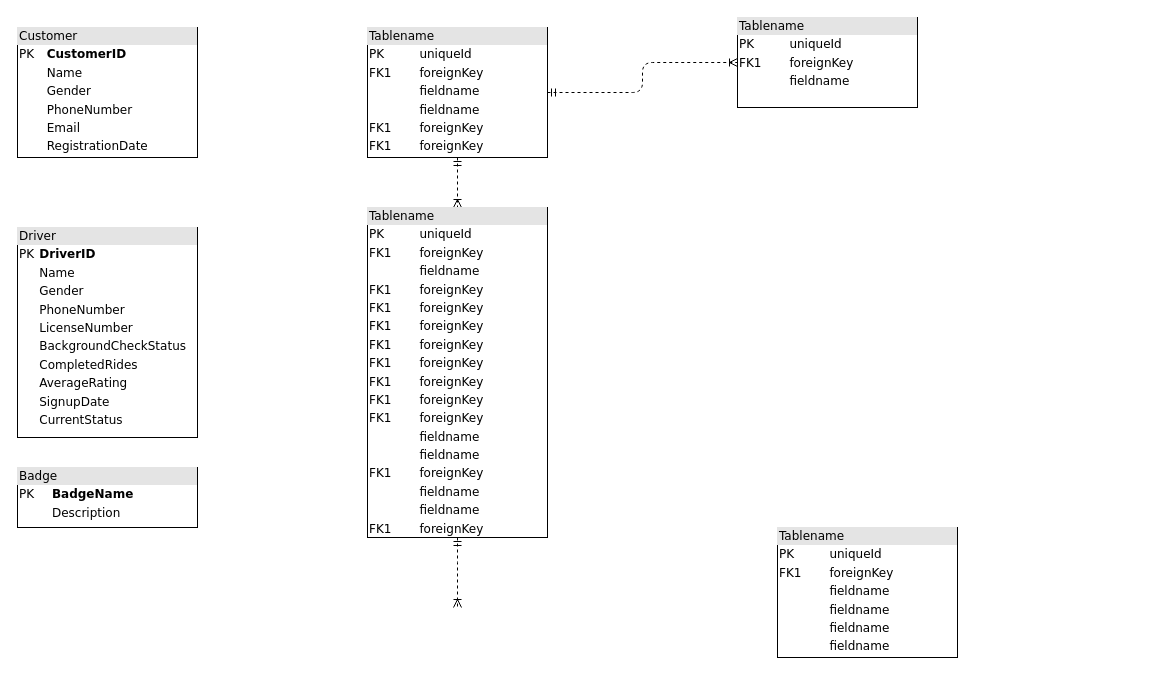
Earlier version of the draw.io diagram ddm.drawio (nummy/blog). Source tidied: cells renumbered, new cells numbered last; positions are measured from the earlier drawing's top-left corner, leaving out a move shared by most shapes. Both pictures are drawn from the tidied source at 100%, with x=0, y=0 at pixel (17, 17).
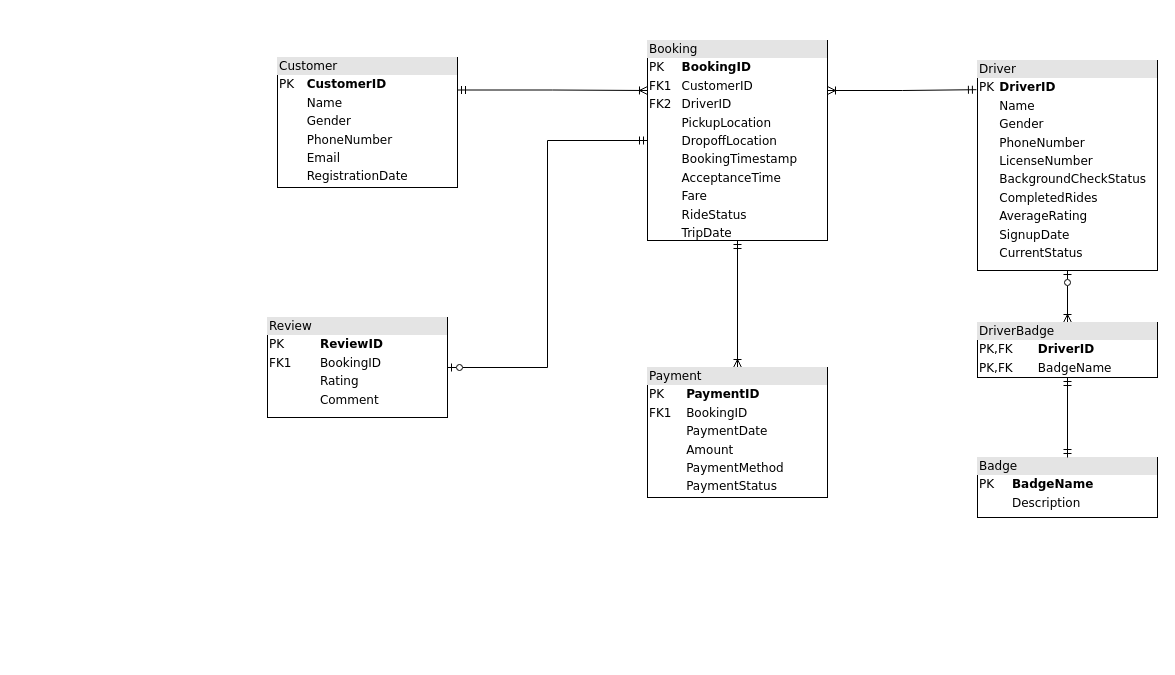
The same page after the edit.

Change to the diagram source:
```diff
@@
 <mxGraphModel>
   <root>
     <mxCell id="0" />
     <mxCell id="1" parent="0" />
+    <mxCell id="12" style="edgeStyle=orthogonalEdgeStyle;rounded=0;jettySize=auto;html=1;exitX=1;exitY=0.25;exitDx=0;exitDy=0;entryX=0;entryY=0.25;entryDx=0;entryDy=0;startArrow=ERmandOne;startFill=0;endArrow=ERoneToMany;endFill=0;" parent="1" edge="1" source="2" target="16">
+      <mxGeometry relative="1" as="geometry" />
+    </mxCell>
     <mxCell id="2" value="&lt;div style=&quot;box-sizing: border-box; width: 100%; background: rgb(228, 228, 228); padding: 2px;&quot;&gt;Customer&lt;/div&gt;&lt;table style=&quot;width:100%;font-size:1em;&quot; cellpadding=&quot;2&quot; cellspacing=&quot;0&quot;&gt;&lt;tbody&gt;&lt;tr&gt;&lt;td&gt;PK&lt;/td&gt;&lt;td&gt;&lt;strong&gt;CustomerID&lt;/strong&gt;&lt;/td&gt;&lt;/tr&gt;&lt;tr&gt;&lt;td&gt;&lt;br&gt;&lt;/td&gt;&lt;td&gt;Name&lt;/td&gt;&lt;/tr&gt;&lt;tr&gt;&lt;td&gt;&lt;/td&gt;&lt;td&gt;Gender&lt;/td&gt;&lt;/tr&gt;&lt;tr&gt;&lt;td&gt;&lt;br&gt;&lt;/td&gt;&lt;td&gt;PhoneNumber&lt;/td&gt;&lt;/tr&gt;&lt;tr&gt;&lt;td&gt;&lt;br&gt;&lt;/td&gt;&lt;td&gt;Email&lt;/td&gt;&lt;/tr&gt;&lt;tr&gt;&lt;td&gt;&lt;br&gt;&lt;/td&gt;&lt;td&gt;RegistrationDate&lt;/td&gt;&lt;/tr&gt;&lt;/tbody&gt;&lt;/table&gt;" style="verticalAlign=top;align=left;overflow=fill;html=1;rounded=0;shadow=0;comic=0;labelBackgroundColor=none;strokeWidth=1;fontFamily=Verdana;fontSize=12;" parent="1" vertex="1">
-      <mxGeometry y="10" width="180" height="130" as="geometry" />
+      <mxGeometry x="260" y="40" width="180" height="130" as="geometry" />
     </mxCell>
-    <mxCell id="3" style="edgeStyle=orthogonalEdgeStyle;html=1;entryX=0.5;entryY=0;dashed=1;labelBackgroundColor=none;startArrow=ERmandOne;endArrow=ERoneToMany;fontFamily=Verdana;fontSize=12;align=left;" parent="1" edge="1" source="5" target="9">
-      <mxGeometry relative="1" as="geometry" />
-    </mxCell>
-    <mxCell id="4" style="edgeStyle=orthogonalEdgeStyle;html=1;dashed=1;labelBackgroundColor=none;startArrow=ERmandOne;endArrow=ERoneToMany;fontFamily=Verdana;fontSize=12;align=left;" parent="1" edge="1" source="5" target="10">
-      <mxGeometry relative="1" as="geometry" />
-    </mxCell>
-    <mxCell id="5" value="&lt;div style=&quot;box-sizing: border-box ; width: 100% ; background: #e4e4e4 ; padding: 2px&quot;&gt;Tablename&lt;/div&gt;&lt;table style=&quot;width: 100% ; font-size: 1em&quot; cellpadding=&quot;2&quot; cellspacing=&quot;0&quot;&gt;&lt;tbody&gt;&lt;tr&gt;&lt;td&gt;PK&lt;/td&gt;&lt;td&gt;uniqueId&lt;/td&gt;&lt;/tr&gt;&lt;tr&gt;&lt;td&gt;FK1&lt;/td&gt;&lt;td&gt;foreignKey&lt;/td&gt;&lt;/tr&gt;&lt;tr&gt;&lt;td&gt;&lt;/td&gt;&lt;td&gt;fieldname&lt;/td&gt;&lt;/tr&gt;&lt;tr&gt;&lt;td&gt;&lt;br&gt;&lt;/td&gt;&lt;td&gt;fieldname&lt;br&gt;&lt;/td&gt;&lt;/tr&gt;&lt;tr&gt;&lt;td&gt;FK1&lt;br&gt;&lt;/td&gt;&lt;td&gt;foreignKey&lt;br&gt;&lt;/td&gt;&lt;/tr&gt;&lt;tr&gt;&lt;td&gt;FK1&lt;br&gt;&lt;/td&gt;&lt;td&gt;foreignKey&lt;br&gt;&lt;/td&gt;&lt;/tr&gt;&lt;/tbody&gt;&lt;/table&gt;" style="verticalAlign=top;align=left;overflow=fill;html=1;rounded=0;shadow=0;comic=0;labelBackgroundColor=none;strokeWidth=1;fontFamily=Verdana;fontSize=12;" parent="1" vertex="1">
-      <mxGeometry x="350" y="10" width="180" height="130" as="geometry" />
-    </mxCell>
     <mxCell id="6" value="&lt;div style=&quot;box-sizing: border-box; width: 100%; background: rgb(228, 228, 228); padding: 2px;&quot;&gt;Badge&lt;/div&gt;&lt;table style=&quot;width: 100% ; font-size: 1em&quot; cellpadding=&quot;2&quot; cellspacing=&quot;0&quot;&gt;&lt;tbody&gt;&lt;tr&gt;&lt;td&gt;PK&lt;/td&gt;&lt;td&gt;&lt;strong&gt;BadgeName&lt;/strong&gt;&lt;/td&gt;&lt;/tr&gt;&lt;tr&gt;&lt;td&gt;&lt;br&gt;&lt;/td&gt;&lt;td&gt;Description&lt;/td&gt;&lt;/tr&gt;&lt;/tbody&gt;&lt;/table&gt;" style="verticalAlign=top;align=left;overflow=fill;html=1;rounded=0;shadow=0;comic=0;labelBackgroundColor=none;strokeWidth=1;fontFamily=Verdana;fontSize=12;" parent="1" vertex="1">
-      <mxGeometry y="450" width="180" height="60" as="geometry" />
+      <mxGeometry x="960" y="440" width="180" height="60" as="geometry" />
     </mxCell>
+    <mxCell id="13" style="edgeStyle=orthogonalEdgeStyle;rounded=0;jettySize=auto;html=1;exitX=0.5;exitY=1;exitDx=0;exitDy=0;entryX=0.5;entryY=0;entryDx=0;entryDy=0;startArrow=ERzeroToOne;startFill=0;endArrow=ERoneToMany;endFill=0;" parent="1" edge="1" source="7" target="20">
+      <mxGeometry relative="1" as="geometry" />
+    </mxCell>
     <mxCell id="7" value="&lt;div style=&quot;box-sizing: border-box; width: 100%; background: rgb(228, 228, 228); padding: 2px;&quot;&gt;Driver&lt;/div&gt;&lt;table style=&quot;width: 100% ; font-size: 1em&quot; cellpadding=&quot;2&quot; cellspacing=&quot;0&quot;&gt;&lt;tbody&gt;&lt;tr&gt;&lt;td&gt;PK&lt;/td&gt;&lt;td&gt;&lt;strong&gt;DriverID&lt;/strong&gt;&lt;/td&gt;&lt;/tr&gt;&lt;tr&gt;&lt;td&gt;&lt;br&gt;&lt;/td&gt;&lt;td&gt;Name&lt;/td&gt;&lt;/tr&gt;&lt;tr&gt;&lt;td&gt;&lt;/td&gt;&lt;td&gt;Gender&lt;/td&gt;&lt;/tr&gt;&lt;tr&gt;&lt;td&gt;&lt;br&gt;&lt;/td&gt;&lt;td&gt;PhoneNumber&lt;br&gt;&lt;/td&gt;&lt;/tr&gt;&lt;tr&gt;&lt;td&gt;&lt;br&gt;&lt;/td&gt;&lt;td&gt;LicenseNumber&lt;/td&gt;&lt;/tr&gt;&lt;tr&gt;&lt;td&gt;&lt;br&gt;&lt;/td&gt;&lt;td&gt;BackgroundCheckStatus&lt;/td&gt;&lt;/tr&gt;&lt;tr&gt;&lt;td&gt;&lt;br&gt;&lt;/td&gt;&lt;td&gt;CompletedRides&lt;/td&gt;&lt;/tr&gt;&lt;tr&gt;&lt;td&gt;&lt;br&gt;&lt;/td&gt;&lt;td&gt;AverageRating&lt;/td&gt;&lt;/tr&gt;&lt;tr&gt;&lt;td&gt;&lt;br&gt;&lt;/td&gt;&lt;td&gt;SignupDate&lt;/td&gt;&lt;/tr&gt;&lt;tr&gt;&lt;td&gt;&lt;br&gt;&lt;/td&gt;&lt;td&gt;CurrentStatus&lt;/td&gt;&lt;/tr&gt;&lt;/tbody&gt;&lt;/table&gt;" style="verticalAlign=top;align=left;overflow=fill;html=1;rounded=0;shadow=0;comic=0;labelBackgroundColor=none;strokeWidth=1;fontFamily=Verdana;fontSize=12;" parent="1" vertex="1">
-      <mxGeometry y="210" width="180" height="210" as="geometry" />
+      <mxGeometry x="960" y="43" width="180" height="210" as="geometry" />
     </mxCell>
-    <mxCell id="8" style="edgeStyle=orthogonalEdgeStyle;html=1;entryX=0.5;entryY=0;labelBackgroundColor=none;startArrow=ERmandOne;endArrow=ERoneToMany;fontFamily=Verdana;fontSize=12;align=left;dashed=1;" parent="1" edge="1" source="9">
-      <mxGeometry relative="1" as="geometry">
-        <mxPoint x="440" y="590" as="targetPoint" />
-      </mxGeometry>
-    </mxCell>
-    <mxCell id="9" value="&lt;div style=&quot;box-sizing: border-box ; width: 100% ; background: #e4e4e4 ; padding: 2px&quot;&gt;Tablename&lt;/div&gt;&lt;table style=&quot;width: 100% ; font-size: 1em&quot; cellpadding=&quot;2&quot; cellspacing=&quot;0&quot;&gt;&lt;tbody&gt;&lt;tr&gt;&lt;td&gt;PK&lt;/td&gt;&lt;td&gt;uniqueId&lt;/td&gt;&lt;/tr&gt;&lt;tr&gt;&lt;td&gt;FK1&lt;/td&gt;&lt;td&gt;foreignKey&lt;/td&gt;&lt;/tr&gt;&lt;tr&gt;&lt;td&gt;&lt;/td&gt;&lt;td&gt;fieldname&lt;/td&gt;&lt;/tr&gt;&lt;tr&gt;&lt;td&gt;FK1&lt;br&gt;&lt;/td&gt;&lt;td&gt;foreignKey&lt;br&gt;&lt;/td&gt;&lt;/tr&gt;&lt;tr&gt;&lt;td&gt;FK1&lt;br&gt;&lt;/td&gt;&lt;td&gt;foreignKey&lt;br&gt;&lt;/td&gt;&lt;/tr&gt;&lt;tr&gt;&lt;td&gt;FK1&lt;br&gt;&lt;/td&gt;&lt;td&gt;foreignKey&lt;br&gt;&lt;/td&gt;&lt;/tr&gt;&lt;tr&gt;&lt;td&gt;FK1&lt;br&gt;&lt;/td&gt;&lt;td&gt;foreignKey&lt;br&gt;&lt;/td&gt;&lt;/tr&gt;&lt;tr&gt;&lt;td&gt;FK1&lt;br&gt;&lt;/td&gt;&lt;td&gt;foreignKey&lt;br&gt;&lt;/td&gt;&lt;/tr&gt;&lt;tr&gt;&lt;td&gt;FK1&lt;br&gt;&lt;/td&gt;&lt;td&gt;foreignKey&lt;br&gt;&lt;/td&gt;&lt;/tr&gt;&lt;tr&gt;&lt;td&gt;FK1&lt;br&gt;&lt;/td&gt;&lt;td&gt;foreignKey&lt;br&gt;&lt;/td&gt;&lt;/tr&gt;&lt;tr&gt;&lt;td&gt;FK1&lt;br&gt;&lt;/td&gt;&lt;td&gt;foreignKey&lt;br&gt;&lt;/td&gt;&lt;/tr&gt;&lt;tr&gt;&lt;td&gt;&lt;br&gt;&lt;/td&gt;&lt;td&gt;fieldname&lt;br&gt;&lt;/td&gt;&lt;/tr&gt;&lt;tr&gt;&lt;td&gt;&lt;br&gt;&lt;/td&gt;&lt;td&gt;fieldname&lt;br&gt;&lt;/td&gt;&lt;/tr&gt;&lt;tr&gt;&lt;td&gt;FK1&lt;br&gt;&lt;/td&gt;&lt;td&gt;foreignKey&lt;br&gt;&lt;/td&gt;&lt;/tr&gt;&lt;tr&gt;&lt;td&gt;&lt;br&gt;&lt;/td&gt;&lt;td&gt;fieldname&lt;br&gt;&lt;/td&gt;&lt;/tr&gt;&lt;tr&gt;&lt;td&gt;&lt;br&gt;&lt;/td&gt;&lt;td&gt;fieldname&lt;br&gt;&lt;/td&gt;&lt;/tr&gt;&lt;tr&gt;&lt;td&gt;FK1&lt;br&gt;&lt;/td&gt;&lt;td&gt;foreignKey&lt;br&gt;&lt;/td&gt;&lt;/tr&gt;&lt;/tbody&gt;&lt;/table&gt;" style="verticalAlign=top;align=left;overflow=fill;html=1;rounded=0;shadow=0;comic=0;labelBackgroundColor=none;strokeWidth=1;fontFamily=Verdana;fontSize=12;" parent="1" vertex="1">
-      <mxGeometry x="350" y="190" width="180" height="330" as="geometry" />
-    </mxCell>
-    <mxCell id="10" value="&lt;div style=&quot;box-sizing:border-box;width:100%;background:#e4e4e4;padding:2px;&quot;&gt;Tablename&lt;/div&gt;&lt;table style=&quot;width:100%;font-size:1em;&quot; cellpadding=&quot;2&quot; cellspacing=&quot;0&quot;&gt;&lt;tr&gt;&lt;td&gt;PK&lt;/td&gt;&lt;td&gt;uniqueId&lt;/td&gt;&lt;/tr&gt;&lt;tr&gt;&lt;td&gt;FK1&lt;/td&gt;&lt;td&gt;foreignKey&lt;/td&gt;&lt;/tr&gt;&lt;tr&gt;&lt;td&gt;&lt;/td&gt;&lt;td&gt;fieldname&lt;/td&gt;&lt;/tr&gt;&lt;/table&gt;" style="verticalAlign=top;align=left;overflow=fill;html=1;rounded=0;shadow=0;comic=0;labelBackgroundColor=none;strokeWidth=1;fontFamily=Verdana;fontSize=12;" parent="1" vertex="1">
-      <mxGeometry x="720" width="180" height="90" as="geometry" />
-    </mxCell>
-    <mxCell id="11" value="&lt;div style=&quot;box-sizing: border-box ; width: 100% ; background: #e4e4e4 ; padding: 2px&quot;&gt;Tablename&lt;/div&gt;&lt;table style=&quot;width: 100% ; font-size: 1em&quot; cellpadding=&quot;2&quot; cellspacing=&quot;0&quot;&gt;&lt;tbody&gt;&lt;tr&gt;&lt;td&gt;PK&lt;/td&gt;&lt;td&gt;uniqueId&lt;/td&gt;&lt;/tr&gt;&lt;tr&gt;&lt;td&gt;FK1&lt;/td&gt;&lt;td&gt;foreignKey&lt;/td&gt;&lt;/tr&gt;&lt;tr&gt;&lt;td&gt;&lt;/td&gt;&lt;td&gt;fieldname&lt;/td&gt;&lt;/tr&gt;&lt;tr&gt;&lt;td&gt;&lt;br&gt;&lt;/td&gt;&lt;td&gt;fieldname&lt;br&gt;&lt;/td&gt;&lt;/tr&gt;&lt;tr&gt;&lt;td&gt;&lt;br&gt;&lt;/td&gt;&lt;td&gt;fieldname&lt;br&gt;&lt;/td&gt;&lt;/tr&gt;&lt;tr&gt;&lt;td&gt;&lt;br&gt;&lt;/td&gt;&lt;td&gt;fieldname&lt;br&gt;&lt;/td&gt;&lt;/tr&gt;&lt;/tbody&gt;&lt;/table&gt;" style="verticalAlign=top;align=left;overflow=fill;html=1;rounded=0;shadow=0;comic=0;labelBackgroundColor=none;strokeWidth=1;fontFamily=Verdana;fontSize=12;" parent="1" vertex="1">
-      <mxGeometry x="760" y="510" width="180" height="130" as="geometry" />
+    <mxCell id="11" value="&lt;div style=&quot;box-sizing: border-box; width: 100%; background: rgb(228, 228, 228); padding: 2px;&quot;&gt;Review&lt;/div&gt;&lt;table style=&quot;width: 100% ; font-size: 1em&quot; cellpadding=&quot;2&quot; cellspacing=&quot;0&quot;&gt;&lt;tbody&gt;&lt;tr&gt;&lt;td&gt;PK&lt;/td&gt;&lt;td&gt;&lt;strong&gt;ReviewID&lt;/strong&gt;&lt;/td&gt;&lt;/tr&gt;&lt;tr&gt;&lt;td&gt;FK1&lt;/td&gt;&lt;td&gt;BookingID &lt;/td&gt;&lt;/tr&gt;&lt;tr&gt;&lt;td&gt;&lt;/td&gt;&lt;td&gt;Rating &lt;/td&gt;&lt;/tr&gt;&lt;tr&gt;&lt;td&gt;&lt;br&gt;&lt;/td&gt;&lt;td&gt;Comment &lt;br&gt;&lt;/td&gt;&lt;/tr&gt;&lt;/tbody&gt;&lt;/table&gt;" style="verticalAlign=top;align=left;overflow=fill;html=1;rounded=0;shadow=0;comic=0;labelBackgroundColor=none;strokeWidth=1;fontFamily=Verdana;fontSize=12;" parent="1" vertex="1">
+      <mxGeometry x="250" y="300" width="180" height="100" as="geometry" />
     </mxCell>
+    <mxCell id="14" style="edgeStyle=orthogonalEdgeStyle;rounded=0;jettySize=auto;html=1;exitX=0.5;exitY=1;exitDx=0;exitDy=0;entryX=0.5;entryY=0;entryDx=0;entryDy=0;startArrow=ERmandOne;startFill=0;endArrow=ERoneToMany;endFill=0;" parent="1" edge="1" source="16" target="17">
+      <mxGeometry relative="1" as="geometry" />
+    </mxCell>
+    <mxCell id="15" style="edgeStyle=orthogonalEdgeStyle;rounded=0;jettySize=auto;html=1;exitX=0;exitY=0.5;exitDx=0;exitDy=0;entryX=1;entryY=0.5;entryDx=0;entryDy=0;startArrow=ERmandOne;startFill=0;endArrow=ERzeroToOne;endFill=0;" parent="1" edge="1" source="16" target="11">
+      <mxGeometry relative="1" as="geometry" />
+    </mxCell>
+    <mxCell id="16" value="&lt;div style=&quot;box-sizing: border-box; width: 100%; background: rgb(228, 228, 228); padding: 2px;&quot;&gt;Booking&lt;/div&gt;&lt;table style=&quot;width: 100% ; font-size: 1em&quot; cellpadding=&quot;2&quot; cellspacing=&quot;0&quot;&gt;&lt;tbody&gt;&lt;tr&gt;&lt;td&gt;PK&lt;/td&gt;&lt;td&gt;&lt;strong&gt;BookingID&lt;/strong&gt;&lt;/td&gt;&lt;/tr&gt;&lt;tr&gt;&lt;td&gt;FK1&lt;/td&gt;&lt;td&gt;CustomerID&amp;nbsp;&lt;/td&gt;&lt;/tr&gt;&lt;tr&gt;&lt;td&gt;FK2&lt;/td&gt;&lt;td&gt;DriverID&amp;nbsp;&lt;/td&gt;&lt;/tr&gt;&lt;tr&gt;&lt;td&gt;&lt;br&gt;&lt;/td&gt;&lt;td&gt;PickupLocation&lt;/td&gt;&lt;/tr&gt;&lt;tr&gt;&lt;td&gt;&lt;/td&gt;&lt;td&gt;DropoffLocation&lt;/td&gt;&lt;/tr&gt;&lt;tr&gt;&lt;td&gt;&lt;br&gt;&lt;/td&gt;&lt;td&gt;BookingTimestamp&lt;br&gt;&lt;/td&gt;&lt;/tr&gt;&lt;tr&gt;&lt;td&gt;&lt;br&gt;&lt;/td&gt;&lt;td&gt;AcceptanceTime&lt;br&gt;&lt;/td&gt;&lt;/tr&gt;&lt;tr&gt;&lt;td&gt;&lt;br&gt;&lt;/td&gt;&lt;td&gt;Fare&lt;br&gt;&lt;/td&gt;&lt;/tr&gt;&lt;tr&gt;&lt;td&gt;&lt;br&gt;&lt;/td&gt;&lt;td&gt;RideStatus&lt;/td&gt;&lt;/tr&gt;&lt;tr&gt;&lt;td&gt;&lt;br&gt;&lt;/td&gt;&lt;td&gt;TripDate&lt;/td&gt;&lt;/tr&gt;&lt;tr&gt;&lt;td&gt;&lt;br&gt;&lt;/td&gt;&lt;td&gt;&lt;br&gt;&lt;/td&gt;&lt;/tr&gt;&lt;/tbody&gt;&lt;/table&gt;" style="verticalAlign=top;align=left;overflow=fill;html=1;rounded=0;shadow=0;comic=0;labelBackgroundColor=none;strokeWidth=1;fontFamily=Verdana;fontSize=12;" parent="1" vertex="1">
+      <mxGeometry x="630" y="23" width="180" height="200" as="geometry" />
+    </mxCell>
+    <mxCell id="17" value="&lt;div style=&quot;box-sizing: border-box; width: 100%; background: rgb(228, 228, 228); padding: 2px;&quot;&gt;Payment&lt;/div&gt;&lt;table style=&quot;width: 100% ; font-size: 1em&quot; cellpadding=&quot;2&quot; cellspacing=&quot;0&quot;&gt;&lt;tbody&gt;&lt;tr&gt;&lt;td&gt;PK&lt;/td&gt;&lt;td&gt;&lt;strong&gt;PaymentID&lt;/strong&gt;&lt;/td&gt;&lt;/tr&gt;&lt;tr&gt;&lt;td&gt;FK1&lt;/td&gt;&lt;td&gt;BookingID &lt;/td&gt;&lt;/tr&gt;&lt;tr&gt;&lt;td&gt;&lt;/td&gt;&lt;td&gt;PaymentDate&lt;/td&gt;&lt;/tr&gt;&lt;tr&gt;&lt;td&gt;&lt;br&gt;&lt;/td&gt;&lt;td&gt;Amount&lt;br&gt;&lt;/td&gt;&lt;/tr&gt;&lt;tr&gt;&lt;td&gt;&lt;br&gt;&lt;/td&gt;&lt;td&gt;PaymentMethod&lt;br&gt;&lt;/td&gt;&lt;/tr&gt;&lt;tr&gt;&lt;td&gt;&lt;br&gt;&lt;/td&gt;&lt;td&gt;PaymentStatus&lt;br&gt;&lt;/td&gt;&lt;/tr&gt;&lt;/tbody&gt;&lt;/table&gt;" style="verticalAlign=top;align=left;overflow=fill;html=1;rounded=0;shadow=0;comic=0;labelBackgroundColor=none;strokeWidth=1;fontFamily=Verdana;fontSize=12;" parent="1" vertex="1">
+      <mxGeometry x="630" y="350" width="180" height="130" as="geometry" />
+    </mxCell>
+    <mxCell id="18" style="edgeStyle=orthogonalEdgeStyle;rounded=0;jettySize=auto;html=1;exitX=1;exitY=0.25;exitDx=0;exitDy=0;entryX=-0.006;entryY=0.139;entryDx=0;entryDy=0;entryPerimeter=0;startArrow=ERoneToMany;startFill=0;endArrow=ERmandOne;endFill=0;" parent="1" edge="1" source="16" target="7">
+      <mxGeometry relative="1" as="geometry" />
+    </mxCell>
+    <mxCell id="19" style="edgeStyle=orthogonalEdgeStyle;rounded=0;jettySize=auto;html=1;exitX=0.5;exitY=1;exitDx=0;exitDy=0;startArrow=ERmandOne;startFill=0;endArrow=ERmandOne;endFill=0;" parent="1" edge="1" source="20" target="6">
+      <mxGeometry relative="1" as="geometry" />
+    </mxCell>
+    <mxCell id="20" value="&lt;div style=&quot;box-sizing: border-box; width: 100%; background: rgb(228, 228, 228); padding: 2px;&quot;&gt;DriverBadge&lt;/div&gt;&lt;table style=&quot;width: 100% ; font-size: 1em&quot; cellpadding=&quot;2&quot; cellspacing=&quot;0&quot;&gt;&lt;tbody&gt;&lt;tr&gt;&lt;td&gt;PK,FK&lt;/td&gt;&lt;td&gt;&lt;strong&gt;DriverID &lt;/strong&gt;&lt;/td&gt;&lt;/tr&gt;&lt;tr&gt;&lt;td&gt;PK,FK&lt;/td&gt;&lt;td&gt;BadgeName &lt;/td&gt;&lt;/tr&gt;&lt;/tbody&gt;&lt;/table&gt;" style="verticalAlign=top;align=left;overflow=fill;html=1;rounded=0;shadow=0;comic=0;labelBackgroundColor=none;strokeWidth=1;fontFamily=Verdana;fontSize=12;" parent="1" vertex="1">
+      <mxGeometry x="960" y="305" width="180" height="55" as="geometry" />
+    </mxCell>
   </root>
 </mxGraphModel>
```
